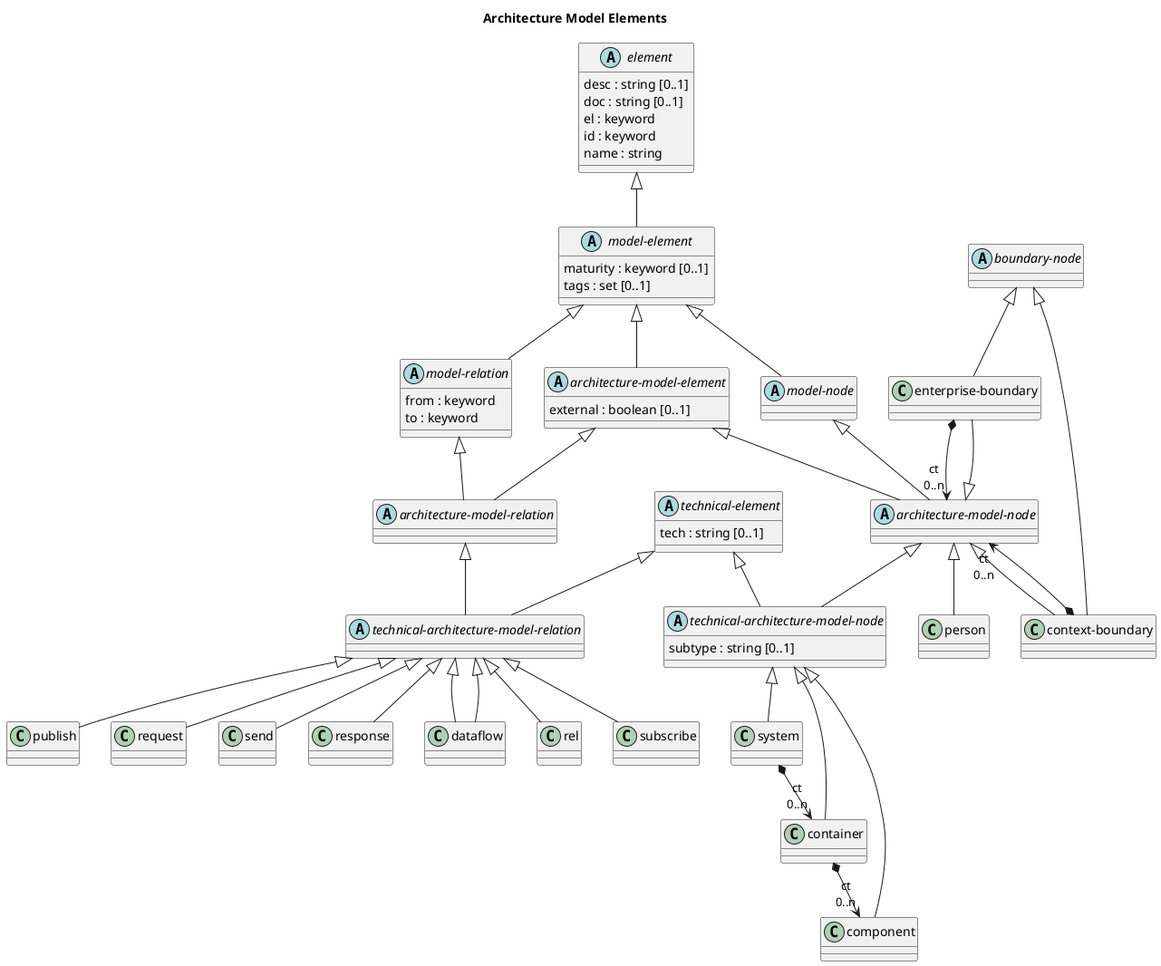
The PlantUML diagram docs/overarch/data-model/architecture-model-elements.png in soulspace-org/overarch, before a commit.
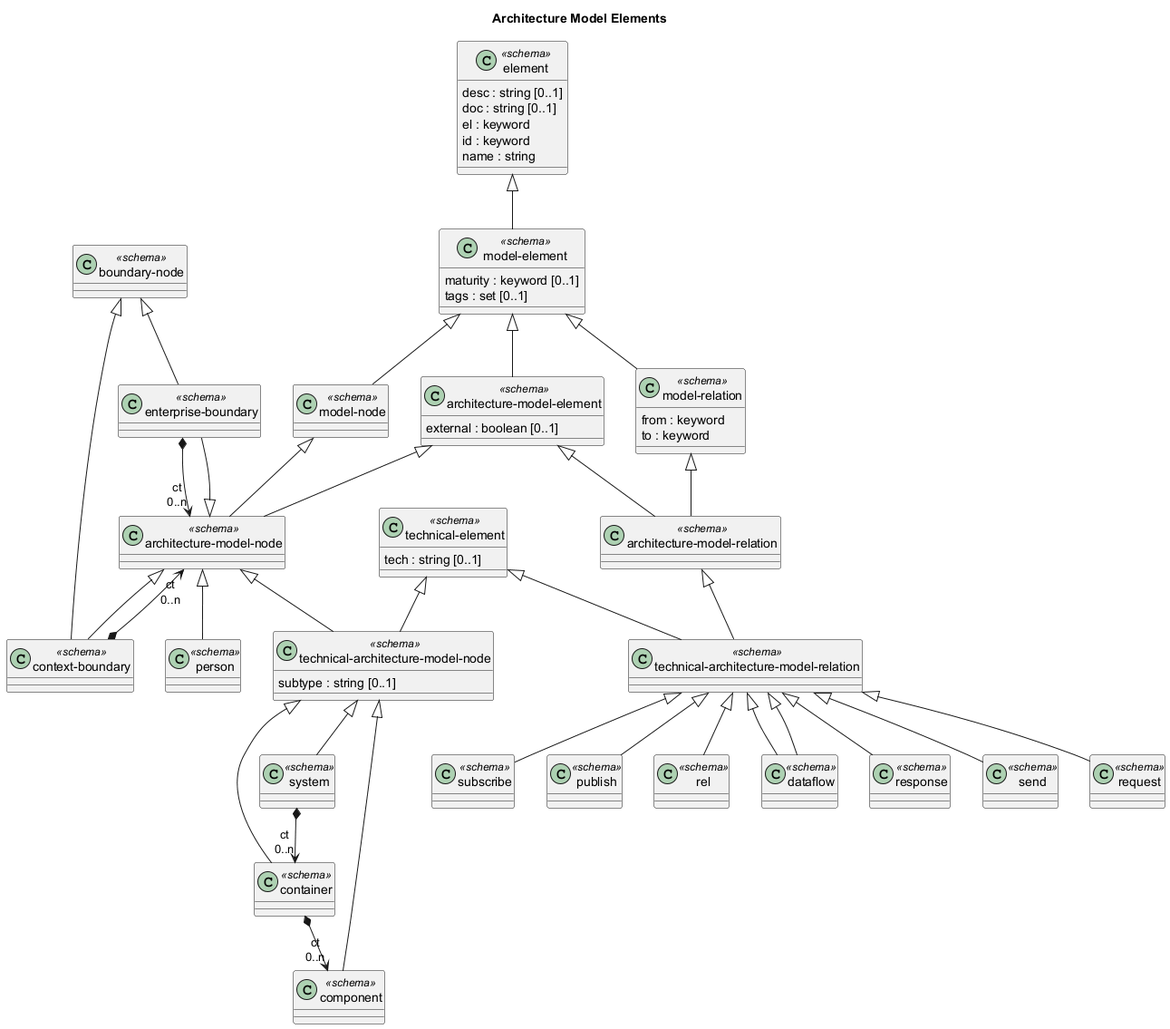
After the change.

What changed in the source:
```diff
@@ -7,48 +7,48 @@
 
 title Architecture Model Elements
 
-class "enterprise-boundary" as overarch_dataModel_enterpriseBoundary {}
-abstract class "technical-architecture-model-node" as overarch_dataModel_technicalArchitectureModelNode {
-  subtype : string [0..1]
-}
-class "publish" as overarch_dataModel_publish {}
-abstract class "model-element" as overarch_dataModel_modelElement {
+class "enterprise-boundary" as overarch_dataModel_enterpriseBoundary <<schema>> {}
+class "technical-architecture-model-relation" as overarch_dataModel_technicalArchitectureModelRelation <<schema>> {}
+class "container" as overarch_dataModel_container <<schema>> {}
+class "model-element" as overarch_dataModel_modelElement <<schema>> {
   maturity : keyword [0..1]
   tags : set [0..1]
 }
-class "request" as overarch_dataModel_request {}
-abstract class "architecture-model-node" as overarch_dataModel_architectureModelNode {}
-class "person" as overarch_dataModel_person {}
-class "component" as overarch_dataModel_component {}
-abstract class "architecture-model-relation" as overarch_dataModel_architectureModelRelation {}
-class "send" as overarch_dataModel_send {}
-abstract class "technical-element" as overarch_dataModel_technicalElement {
-  tech : string [0..1]
+class "architecture-model-element" as overarch_dataModel_architectureModelElement <<schema>> {
+  external : boolean [0..1]
 }
-class "response" as overarch_dataModel_response {}
-class "system" as overarch_dataModel_system {}
-class "container" as overarch_dataModel_container {}
-class "dataflow" as overarch_dataModel_dataflow {}
-class "context-boundary" as overarch_dataModel_contextBoundary {}
-abstract class "model-node" as overarch_dataModel_modelNode {}
-abstract class "model-relation" as overarch_dataModel_modelRelation {
-  from : keyword
-  to : keyword
+class "context-boundary" as overarch_dataModel_contextBoundary <<schema>> {}
+class "subscribe" as overarch_dataModel_subscribe <<schema>> {}
+class "publish" as overarch_dataModel_publish <<schema>> {}
+class "architecture-model-relation" as overarch_dataModel_architectureModelRelation <<schema>> {}
+class "rel" as overarch_dataModel_rel <<schema>> {}
+class "technical-architecture-model-node" as overarch_dataModel_technicalArchitectureModelNode <<schema>> {
+  subtype : string [0..1]
 }
-class "rel" as overarch_dataModel_rel {}
-abstract class "boundary-node" as overarch_dataModel_boundaryNode {}
-class "subscribe" as overarch_dataModel_subscribe {}
-abstract class "technical-architecture-model-relation" as overarch_dataModel_technicalArchitectureModelRelation {}
-abstract class "element" as overarch_dataModel_element {
+class "dataflow" as overarch_dataModel_dataflow <<schema>> {}
+class "architecture-model-node" as overarch_dataModel_architectureModelNode <<schema>> {}
+class "component" as overarch_dataModel_component <<schema>> {}
+class "boundary-node" as overarch_dataModel_boundaryNode <<schema>> {}
+class "person" as overarch_dataModel_person <<schema>> {}
+class "response" as overarch_dataModel_response <<schema>> {}
+class "model-node" as overarch_dataModel_modelNode <<schema>> {}
+class "send" as overarch_dataModel_send <<schema>> {}
+class "element" as overarch_dataModel_element <<schema>> {
   desc : string [0..1]
   doc : string [0..1]
   el : keyword
   id : keyword
   name : string
 }
-abstract class "architecture-model-element" as overarch_dataModel_architectureModelElement {
-  external : boolean [0..1]
+class "technical-element" as overarch_dataModel_technicalElement <<schema>> {
+  tech : string [0..1]
 }
+class "model-relation" as overarch_dataModel_modelRelation <<schema>> {
+  from : keyword
+  to : keyword
+}
+class "system" as overarch_dataModel_system <<schema>> {}
+class "request" as overarch_dataModel_request <<schema>> {}
 overarch_dataModel_architectureModelNode <|-- overarch_dataModel_person
 overarch_dataModel_modelElement <|-- overarch_dataModel_architectureModelElement
 overarch_dataModel_modelNode <|-- overarch_dataModel_architectureModelNode
```
